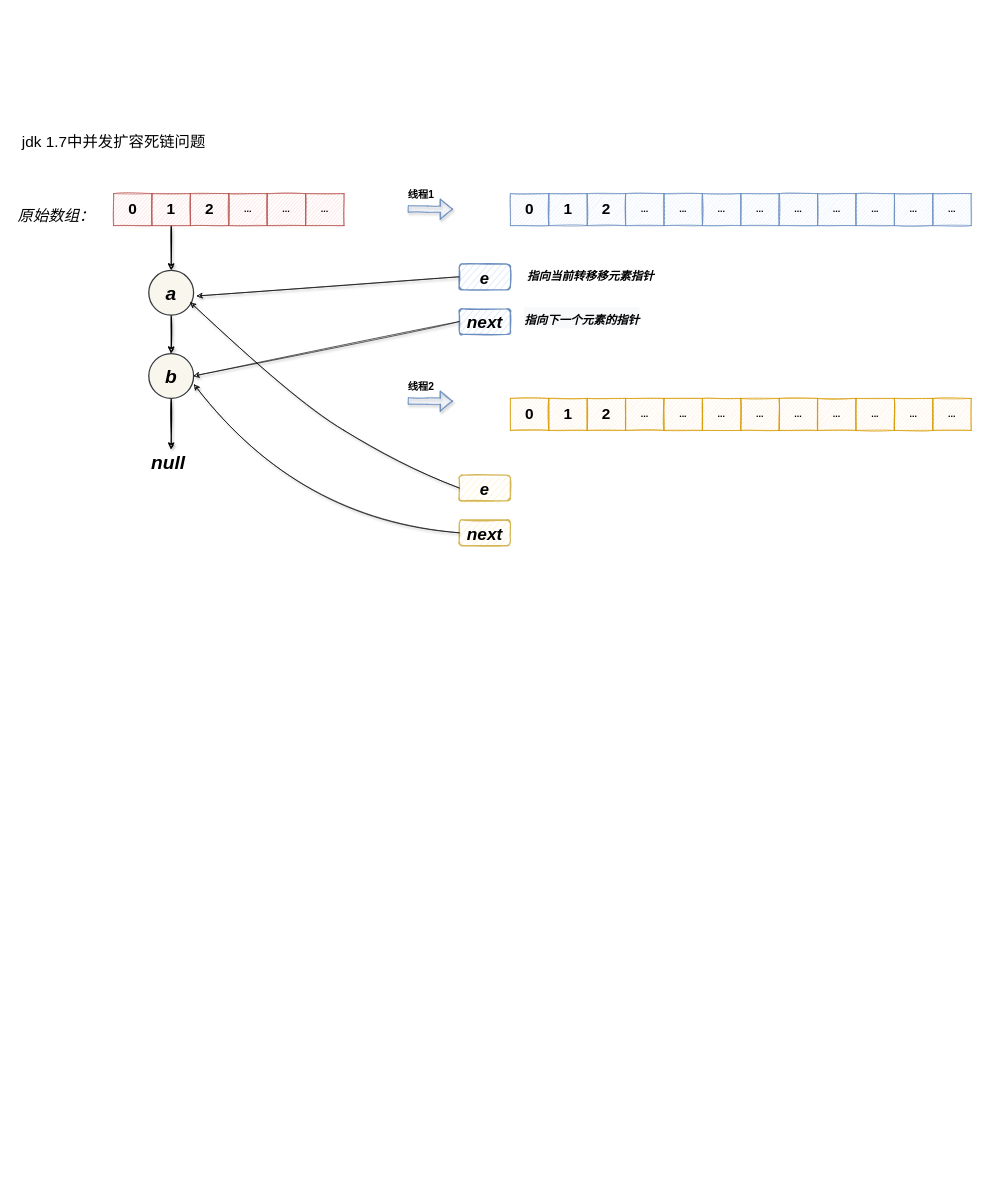
This is HashMap扩容死链.drawio from Bukayoooo/Draws, a draw.io file, before an edit. Source tidied: cells renumbered, new cells numbered last; positions are measured from the earlier drawing's top-left corner, leaving out a move shared by most shapes. Both pictures are drawn from the tidied source at 64%, with x=0, y=0 at pixel (11, 132).
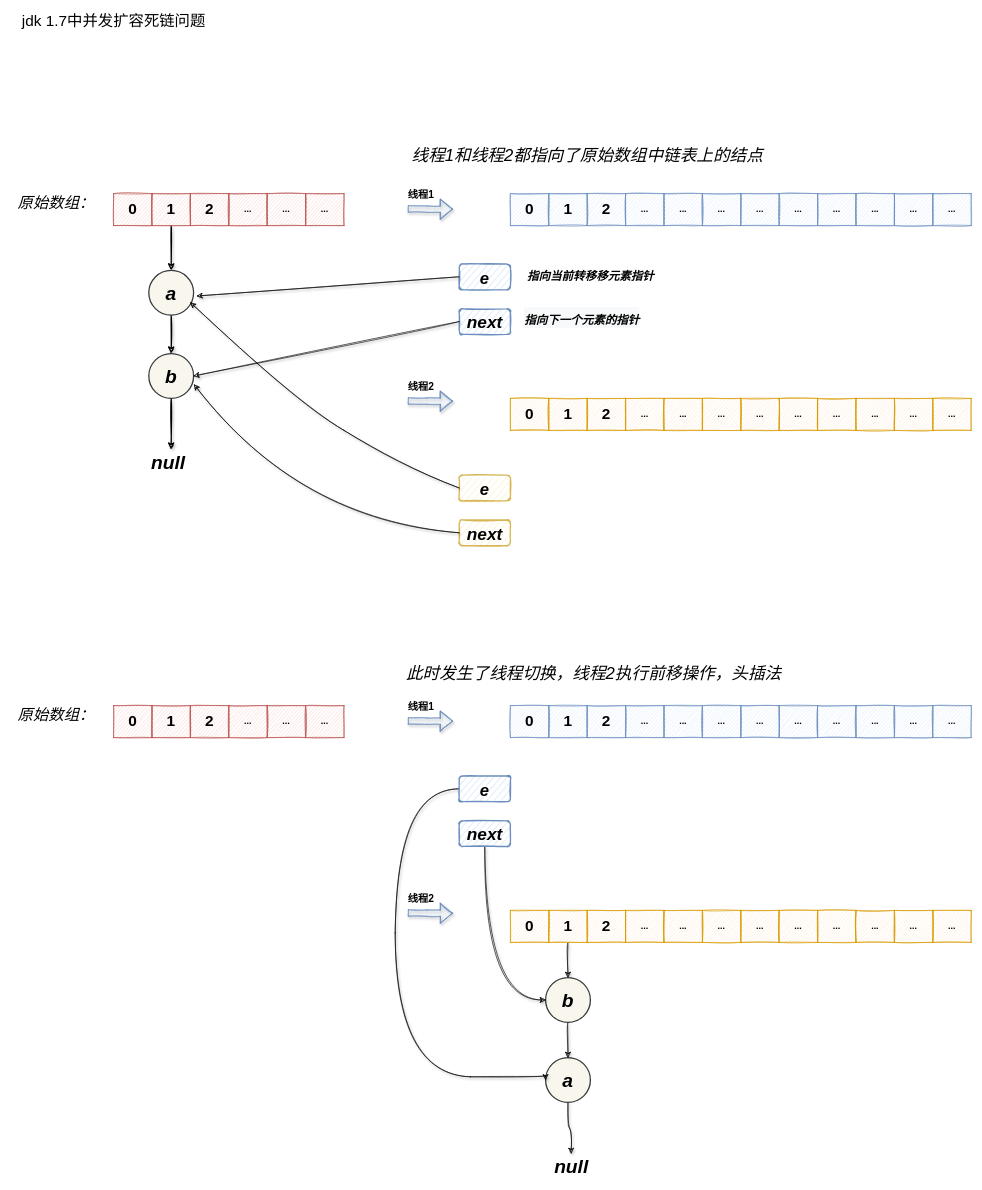
Above is the later version.

Diff of the diagram source:
```diff
@@
     <mxCell id="9" value="&lt;i&gt;原始数组：&lt;/i&gt;" style="text;html=1;align=center;verticalAlign=middle;strokeColor=none;fillColor=none;fontSize=24;" parent="1" vertex="1">
-      <mxGeometry y="115" width="140" height="30" as="geometry" />
+      <mxGeometry y="95" width="140" height="30" as="geometry" />
     </mxCell>
     <mxCell id="10" value="jdk 1.7中并发扩容死链问题" style="text;html=1;align=center;verticalAlign=middle;strokeColor=none;fillColor=none;fontSize=24;" parent="1" vertex="1">
-      <mxGeometry x="10" width="300" height="30" as="geometry" />
+      <mxGeometry x="10" y="-190" width="300" height="30" as="geometry" />
     </mxCell>
@@
+    <mxCell id="54" value="&lt;i&gt;线程1和线程2都指向了原始数组中链表上的结点&lt;/i&gt;" style="text;html=1;align=center;verticalAlign=middle;strokeColor=none;fillColor=none;fontSize=26;" parent="1" vertex="1">
+      <mxGeometry x="620" y="15" width="560" height="40" as="geometry" />
+    </mxCell>
+    <mxCell id="55" value="&lt;font style=&quot;font-size: 24px;&quot;&gt;&lt;b style=&quot;&quot;&gt;0&lt;/b&gt;&lt;/font&gt;" style="rounded=0;whiteSpace=wrap;html=1;fillColor=#f8cecc;strokeColor=#b85450;shadow=0;sketch=1;" parent="1" vertex="1">
+      <mxGeometry x="160" y="895" width="60" height="50" as="geometry" />
+    </mxCell>
+    <mxCell id="56" value="&lt;b style=&quot;&quot;&gt;&lt;font style=&quot;font-size: 24px;&quot;&gt;1&lt;/font&gt;&lt;/b&gt;" style="rounded=0;whiteSpace=wrap;html=1;fillColor=#f8cecc;strokeColor=#b85450;shadow=0;sketch=1;" parent="1" vertex="1">
+      <mxGeometry x="220" y="895" width="60" height="50" as="geometry" />
+    </mxCell>
+    <mxCell id="57" value="&lt;b style=&quot;&quot;&gt;&lt;font style=&quot;font-size: 24px;&quot;&gt;2&lt;/font&gt;&lt;/b&gt;" style="rounded=0;whiteSpace=wrap;html=1;fillColor=#f8cecc;strokeColor=#b85450;shadow=0;sketch=1;" parent="1" vertex="1">
+      <mxGeometry x="280" y="895" width="60" height="50" as="geometry" />
+    </mxCell>
+    <mxCell id="58" value="&lt;font style=&quot;font-size: 14px;&quot;&gt;&lt;b&gt;...&lt;/b&gt;&lt;/font&gt;" style="rounded=0;whiteSpace=wrap;html=1;fillColor=#f8cecc;strokeColor=#b85450;shadow=0;sketch=1;" parent="1" vertex="1">
+      <mxGeometry x="340" y="895" width="60" height="50" as="geometry" />
+    </mxCell>
+    <mxCell id="59" value="&lt;b style=&quot;font-size: 14px;&quot;&gt;...&lt;/b&gt;" style="rounded=0;whiteSpace=wrap;html=1;fillColor=#f8cecc;strokeColor=#b85450;shadow=0;sketch=1;" parent="1" vertex="1">
+      <mxGeometry x="400" y="895" width="60" height="50" as="geometry" />
+    </mxCell>
+    <mxCell id="60" value="&lt;b style=&quot;font-size: 14px;&quot;&gt;...&lt;/b&gt;" style="rounded=0;whiteSpace=wrap;html=1;fillColor=#f8cecc;strokeColor=#b85450;shadow=0;sketch=1;" parent="1" vertex="1">
+      <mxGeometry x="460" y="895" width="60" height="50" as="geometry" />
+    </mxCell>
+    <mxCell id="61" value="&lt;i&gt;原始数组：&lt;/i&gt;" style="text;html=1;align=center;verticalAlign=middle;strokeColor=none;fillColor=none;fontSize=24;" parent="1" vertex="1">
+      <mxGeometry y="895" width="140" height="30" as="geometry" />
+    </mxCell>
+    <mxCell id="62" value="&lt;font style=&quot;font-size: 24px;&quot;&gt;&lt;b style=&quot;&quot;&gt;0&lt;/b&gt;&lt;/font&gt;" style="rounded=0;whiteSpace=wrap;html=1;fillColor=#dae8fc;strokeColor=#6c8ebf;sketch=1;" parent="1" vertex="1">
+      <mxGeometry x="780" y="895" width="60" height="50" as="geometry" />
+    </mxCell>
+    <mxCell id="63" value="&lt;b style=&quot;&quot;&gt;&lt;font style=&quot;font-size: 24px;&quot;&gt;1&lt;/font&gt;&lt;/b&gt;" style="rounded=0;whiteSpace=wrap;html=1;fillColor=#dae8fc;strokeColor=#6c8ebf;sketch=1;" parent="1" vertex="1">
+      <mxGeometry x="840" y="895" width="60" height="50" as="geometry" />
+    </mxCell>
+    <mxCell id="64" value="&lt;b style=&quot;&quot;&gt;&lt;font style=&quot;font-size: 24px;&quot;&gt;2&lt;/font&gt;&lt;/b&gt;" style="rounded=0;whiteSpace=wrap;html=1;fillColor=#dae8fc;strokeColor=#6c8ebf;sketch=1;" parent="1" vertex="1">
+      <mxGeometry x="900" y="895" width="60" height="50" as="geometry" />
+    </mxCell>
+    <mxCell id="65" value="&lt;font style=&quot;font-size: 14px;&quot;&gt;&lt;b&gt;...&lt;/b&gt;&lt;/font&gt;" style="rounded=0;whiteSpace=wrap;html=1;fillColor=#dae8fc;strokeColor=#6c8ebf;sketch=1;" parent="1" vertex="1">
+      <mxGeometry x="960" y="895" width="60" height="50" as="geometry" />
+    </mxCell>
+    <mxCell id="66" value="&lt;b style=&quot;font-size: 14px;&quot;&gt;...&lt;/b&gt;" style="rounded=0;whiteSpace=wrap;html=1;fillColor=#dae8fc;strokeColor=#6c8ebf;sketch=1;" parent="1" vertex="1">
+      <mxGeometry x="1020" y="895" width="60" height="50" as="geometry" />
+    </mxCell>
+    <mxCell id="67" value="&lt;b style=&quot;font-size: 14px;&quot;&gt;...&lt;/b&gt;" style="rounded=0;whiteSpace=wrap;html=1;fillColor=#dae8fc;strokeColor=#6c8ebf;sketch=1;" parent="1" vertex="1">
+      <mxGeometry x="1080" y="895" width="60" height="50" as="geometry" />
+    </mxCell>
+    <mxCell id="68" value="&lt;font style=&quot;font-size: 14px;&quot;&gt;&lt;b&gt;...&lt;/b&gt;&lt;/font&gt;" style="rounded=0;whiteSpace=wrap;html=1;fillColor=#dae8fc;strokeColor=#6c8ebf;sketch=1;" parent="1" vertex="1">
+      <mxGeometry x="1140" y="895" width="60" height="50" as="geometry" />
+    </mxCell>
+    <mxCell id="69" value="&lt;b style=&quot;font-size: 14px;&quot;&gt;...&lt;/b&gt;" style="rounded=0;whiteSpace=wrap;html=1;fillColor=#dae8fc;strokeColor=#6c8ebf;sketch=1;" parent="1" vertex="1">
+      <mxGeometry x="1200" y="895" width="60" height="50" as="geometry" />
+    </mxCell>
+    <mxCell id="70" value="&lt;b style=&quot;font-size: 14px;&quot;&gt;...&lt;/b&gt;" style="rounded=0;whiteSpace=wrap;html=1;fillColor=#dae8fc;strokeColor=#6c8ebf;sketch=1;" parent="1" vertex="1">
+      <mxGeometry x="1260" y="895" width="60" height="50" as="geometry" />
+    </mxCell>
+    <mxCell id="71" value="&lt;font style=&quot;font-size: 14px;&quot;&gt;&lt;b&gt;...&lt;/b&gt;&lt;/font&gt;" style="rounded=0;whiteSpace=wrap;html=1;fillColor=#dae8fc;strokeColor=#6c8ebf;sketch=1;" parent="1" vertex="1">
+      <mxGeometry x="1320" y="895" width="60" height="50" as="geometry" />
+    </mxCell>
+    <mxCell id="72" value="&lt;b style=&quot;font-size: 14px;&quot;&gt;...&lt;/b&gt;" style="rounded=0;whiteSpace=wrap;html=1;fillColor=#dae8fc;strokeColor=#6c8ebf;sketch=1;" parent="1" vertex="1">
+      <mxGeometry x="1380" y="895" width="60" height="50" as="geometry" />
+    </mxCell>
+    <mxCell id="73" value="&lt;b style=&quot;font-size: 14px;&quot;&gt;...&lt;/b&gt;" style="rounded=0;whiteSpace=wrap;html=1;fillColor=#dae8fc;strokeColor=#6c8ebf;sketch=1;" parent="1" vertex="1">
+      <mxGeometry x="1440" y="895" width="60" height="50" as="geometry" />
+    </mxCell>
+    <mxCell id="74" value="&lt;font style=&quot;font-size: 24px;&quot;&gt;&lt;b style=&quot;&quot;&gt;0&lt;/b&gt;&lt;/font&gt;" style="rounded=0;whiteSpace=wrap;html=1;fillColor=#ffe6cc;strokeColor=#d79b00;sketch=1;" parent="1" vertex="1">
+      <mxGeometry x="780" y="1215" width="60" height="50" as="geometry" />
+    </mxCell>
+    <mxCell id="75" style="edgeStyle=orthogonalEdgeStyle;curved=1;rounded=0;sketch=1;jettySize=auto;html=1;shadow=1;fontSize=26;strokeWidth=1;elbow=vertical;" parent="1" edge="1" source="76" target="94">
+      <mxGeometry relative="1" as="geometry" />
+    </mxCell>
+    <mxCell id="76" value="&lt;b style=&quot;&quot;&gt;&lt;font style=&quot;font-size: 24px;&quot;&gt;1&lt;/font&gt;&lt;/b&gt;" style="rounded=0;whiteSpace=wrap;html=1;fillColor=#ffe6cc;strokeColor=#d79b00;sketch=1;" parent="1" vertex="1">
+      <mxGeometry x="840" y="1215" width="60" height="50" as="geometry" />
+    </mxCell>
+    <mxCell id="77" value="&lt;b style=&quot;&quot;&gt;&lt;font style=&quot;font-size: 24px;&quot;&gt;2&lt;/font&gt;&lt;/b&gt;" style="rounded=0;whiteSpace=wrap;html=1;fillColor=#ffe6cc;strokeColor=#d79b00;sketch=1;" parent="1" vertex="1">
+      <mxGeometry x="900" y="1215" width="60" height="50" as="geometry" />
+    </mxCell>
+    <mxCell id="78" value="&lt;font style=&quot;font-size: 14px;&quot;&gt;&lt;b&gt;...&lt;/b&gt;&lt;/font&gt;" style="rounded=0;whiteSpace=wrap;html=1;fillColor=#ffe6cc;strokeColor=#d79b00;sketch=1;" parent="1" vertex="1">
+      <mxGeometry x="960" y="1215" width="60" height="50" as="geometry" />
+    </mxCell>
+    <mxCell id="79" value="&lt;b style=&quot;font-size: 14px;&quot;&gt;...&lt;/b&gt;" style="rounded=0;whiteSpace=wrap;html=1;fillColor=#ffe6cc;strokeColor=#d79b00;sketch=1;" parent="1" vertex="1">
+      <mxGeometry x="1020" y="1215" width="60" height="50" as="geometry" />
+    </mxCell>
+    <mxCell id="80" value="&lt;b style=&quot;font-size: 14px;&quot;&gt;...&lt;/b&gt;" style="rounded=0;whiteSpace=wrap;html=1;fillColor=#ffe6cc;strokeColor=#d79b00;sketch=1;" parent="1" vertex="1">
+      <mxGeometry x="1080" y="1215" width="60" height="50" as="geometry" />
+    </mxCell>
+    <mxCell id="81" value="&lt;font style=&quot;font-size: 14px;&quot;&gt;&lt;b&gt;...&lt;/b&gt;&lt;/font&gt;" style="rounded=0;whiteSpace=wrap;html=1;fillColor=#ffe6cc;strokeColor=#d79b00;sketch=1;" parent="1" vertex="1">
+      <mxGeometry x="1140" y="1215" width="60" height="50" as="geometry" />
+    </mxCell>
+    <mxCell id="82" value="&lt;b style=&quot;font-size: 14px;&quot;&gt;...&lt;/b&gt;" style="rounded=0;whiteSpace=wrap;html=1;fillColor=#ffe6cc;strokeColor=#d79b00;sketch=1;" parent="1" vertex="1">
+      <mxGeometry x="1200" y="1215" width="60" height="50" as="geometry" />
+    </mxCell>
+    <mxCell id="83" value="&lt;b style=&quot;font-size: 14px;&quot;&gt;...&lt;/b&gt;" style="rounded=0;whiteSpace=wrap;html=1;fillColor=#ffe6cc;strokeColor=#d79b00;sketch=1;" parent="1" vertex="1">
+      <mxGeometry x="1260" y="1215" width="60" height="50" as="geometry" />
+    </mxCell>
+    <mxCell id="84" value="&lt;font style=&quot;font-size: 14px;&quot;&gt;&lt;b&gt;...&lt;/b&gt;&lt;/font&gt;" style="rounded=0;whiteSpace=wrap;html=1;fillColor=#ffe6cc;strokeColor=#d79b00;sketch=1;" parent="1" vertex="1">
+      <mxGeometry x="1320" y="1215" width="60" height="50" as="geometry" />
+    </mxCell>
+    <mxCell id="85" value="&lt;b style=&quot;font-size: 14px;&quot;&gt;...&lt;/b&gt;" style="rounded=0;whiteSpace=wrap;html=1;fillColor=#ffe6cc;strokeColor=#d79b00;sketch=1;" parent="1" vertex="1">
+      <mxGeometry x="1380" y="1215" width="60" height="50" as="geometry" />
+    </mxCell>
+    <mxCell id="86" value="&lt;b style=&quot;font-size: 14px;&quot;&gt;...&lt;/b&gt;" style="rounded=0;whiteSpace=wrap;html=1;fillColor=#ffe6cc;strokeColor=#d79b00;sketch=1;" parent="1" vertex="1">
+      <mxGeometry x="1440" y="1215" width="60" height="50" as="geometry" />
+    </mxCell>
+    <mxCell id="87" style="shape=flexArrow;endArrow=classic;html=1;rounded=0;fontSize=24;fillColor=#dae8fc;strokeColor=#6c8ebf;shadow=1;sketch=1;startArrow=none;" parent="1" edge="1">
+      <mxGeometry relative="1" as="geometry">
+        <mxPoint x="620" y="919" as="sourcePoint" />
+        <mxPoint x="690" y="919.3" as="targetPoint" />
+        <Array as="points">
+          <mxPoint x="650" y="919.3" />
+        </Array>
+      </mxGeometry>
+    </mxCell>
+    <mxCell id="88" value="&lt;font style=&quot;font-size: 16px;&quot;&gt;&lt;b&gt;线程1&lt;/b&gt;&lt;/font&gt;" style="text;html=1;align=center;verticalAlign=middle;strokeColor=none;fillColor=none;fontSize=24;sketch=1;" parent="1" vertex="1">
+      <mxGeometry x="610" y="875" width="60" height="40" as="geometry" />
+    </mxCell>
+    <mxCell id="89" style="shape=flexArrow;endArrow=classic;html=1;rounded=0;fontSize=24;fillColor=#dae8fc;strokeColor=#6c8ebf;shadow=1;sketch=1;startArrow=none;" parent="1" edge="1">
+      <mxGeometry relative="1" as="geometry">
+        <mxPoint x="620" y="1219" as="sourcePoint" />
+        <mxPoint x="690" y="1219.3" as="targetPoint" />
+        <Array as="points">
+          <mxPoint x="650" y="1219.3" />
+        </Array>
+      </mxGeometry>
+    </mxCell>
+    <mxCell id="90" value="&lt;font style=&quot;font-size: 16px;&quot;&gt;&lt;b&gt;线程2&lt;/b&gt;&lt;/font&gt;" style="text;html=1;align=center;verticalAlign=middle;strokeColor=none;fillColor=none;fontSize=24;sketch=1;" parent="1" vertex="1">
+      <mxGeometry x="610" y="1175" width="60" height="40" as="geometry" />
+    </mxCell>
+    <mxCell id="91" style="edgeStyle=orthogonalEdgeStyle;curved=1;rounded=0;sketch=1;jettySize=auto;html=1;shadow=1;fontSize=26;strokeWidth=1;elbow=vertical;" parent="1" edge="1" source="92" target="95">
+      <mxGeometry relative="1" as="geometry" />
+    </mxCell>
+    <mxCell id="92" value="&lt;font style=&quot;font-size: 30px;&quot;&gt;&lt;i&gt;&lt;b&gt;a&lt;/b&gt;&lt;/i&gt;&lt;/font&gt;" style="ellipse;whiteSpace=wrap;html=1;shadow=0;sketch=0;fontSize=16;fillColor=#f9f7ed;strokeWidth=2;strokeColor=#36393d;" parent="1" vertex="1">
+      <mxGeometry x="835" y="1445" width="70" height="70" as="geometry" />
+    </mxCell>
+    <mxCell id="93" style="edgeStyle=orthogonalEdgeStyle;curved=1;rounded=0;sketch=1;jettySize=auto;html=1;shadow=1;fontSize=26;strokeWidth=1;elbow=vertical;" parent="1" edge="1" source="94" target="92">
+      <mxGeometry relative="1" as="geometry" />
+    </mxCell>
+    <mxCell id="94" value="&lt;font style=&quot;font-size: 30px;&quot;&gt;&lt;i&gt;&lt;b&gt;b&lt;/b&gt;&lt;/i&gt;&lt;/font&gt;" style="ellipse;whiteSpace=wrap;html=1;shadow=0;sketch=0;fontSize=16;fillColor=#f9f7ed;strokeWidth=2;strokeColor=#36393d;" parent="1" vertex="1">
+      <mxGeometry x="835" y="1320" width="70" height="70" as="geometry" />
+    </mxCell>
+    <mxCell id="95" value="&lt;i&gt;&lt;b&gt;null&lt;/b&gt;&lt;/i&gt;" style="text;html=1;align=center;verticalAlign=middle;points=[];strokeColor=none;fillColor=none;fontSize=30;" parent="1" vertex="1">
+      <mxGeometry x="840" y="1595" width="70" height="40" as="geometry" />
+    </mxCell>
+    <mxCell id="96" style="edgeStyle=orthogonalEdgeStyle;curved=1;rounded=0;sketch=1;jettySize=auto;html=1;entryX=0;entryY=0.5;entryDx=0;entryDy=0;shadow=1;fontSize=26;strokeWidth=1;elbow=vertical;" parent="1" edge="1" source="97" target="92">
+      <mxGeometry relative="1" as="geometry">
+        <Array as="points">
+          <mxPoint x="600" y="1025" />
+          <mxPoint x="600" y="1475" />
+          <mxPoint x="835" y="1475" />
+        </Array>
+      </mxGeometry>
+    </mxCell>
+    <mxCell id="97" value="&lt;b&gt;&lt;i&gt;&lt;font style=&quot;font-size: 26px;&quot;&gt;e&lt;/font&gt;&lt;/i&gt;&lt;/b&gt;" style="rounded=1;whiteSpace=wrap;html=1;shadow=0;sketch=1;fontSize=30;strokeColor=#6c8ebf;strokeWidth=2;fillColor=#dae8fc;" parent="1" vertex="1">
+      <mxGeometry x="700" y="1005" width="80" height="40" as="geometry" />
+    </mxCell>
+    <mxCell id="98" style="edgeStyle=orthogonalEdgeStyle;curved=1;rounded=0;sketch=1;jettySize=auto;html=1;entryX=0;entryY=0.5;entryDx=0;entryDy=0;shadow=1;fontSize=26;strokeWidth=1;elbow=vertical;" parent="1" edge="1" source="99" target="94">
+      <mxGeometry relative="1" as="geometry">
+        <Array as="points">
+          <mxPoint x="740" y="1355" />
+        </Array>
+      </mxGeometry>
+    </mxCell>
+    <mxCell id="99" value="&lt;b&gt;&lt;i&gt;&lt;font style=&quot;font-size: 27px;&quot;&gt;next&lt;/font&gt;&lt;/i&gt;&lt;/b&gt;" style="rounded=1;whiteSpace=wrap;html=1;shadow=0;sketch=1;fontSize=30;strokeColor=#6c8ebf;strokeWidth=2;fillColor=#dae8fc;" parent="1" vertex="1">
+      <mxGeometry x="700" y="1075" width="80" height="40" as="geometry" />
+    </mxCell>
+    <mxCell id="100" value="&lt;i&gt;此时发生了线程切换，线程2执行前移操作，头插法&lt;/i&gt;" style="text;html=1;align=center;verticalAlign=middle;strokeColor=none;fillColor=none;fontSize=26;" parent="1" vertex="1">
+      <mxGeometry x="610" y="825" width="600" height="40" as="geometry" />
+    </mxCell>
```
